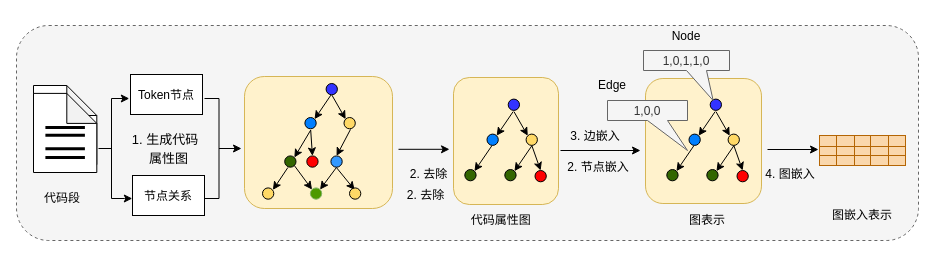
LxkdGithub/draw.io keeps this draw.io diagram as page "graph_embedding" (8 of 18) of overview.drawio. Above is the earlier version. Source tidied: cells renumbered, new cells numbered last; positions are measured from the earlier drawing's top-left corner, leaving out a move shared by most shapes. Both pictures are drawn from the tidied source at 100%, with x=0, y=0 at pixel (16, 20).
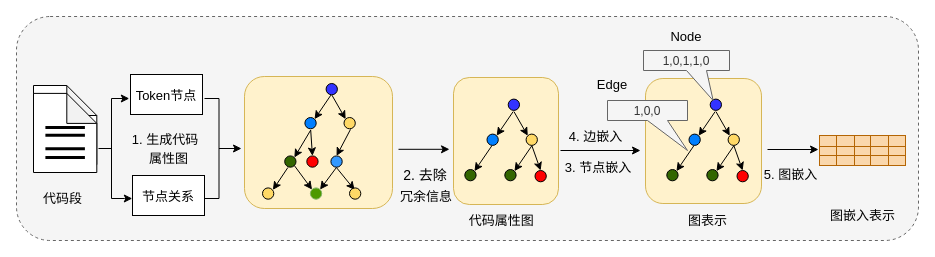
The same page after the edit.

Diff of the diagram source:
```diff
@@
     <mxCell id="2" style="rounded=1;fillColor=#f5f5f5;strokeColor=#666666;dashed=1;fontColor=#333333;" parent="1" vertex="1">
-      <mxGeometry y="5" width="902" height="215" as="geometry" />
+      <mxGeometry y="-4" width="902" height="224" as="geometry" />
     </mxCell>
@@
-    <mxCell id="32" value="Node" style="text;strokeColor=none;fillColor=none;align=center;verticalAlign=middle;rounded=0;" parent="1" vertex="1">
+    <mxCell id="32" value="Node" style="text;strokeColor=none;fillColor=none;align=center;verticalAlign=middle;rounded=0;fontSize=13;" parent="1" vertex="1">
       <mxGeometry x="640" width="60" height="30" as="geometry" />
     </mxCell>
-    <mxCell id="33" value="Edge" style="text;strokeColor=none;fillColor=none;align=center;verticalAlign=middle;rounded=0;" parent="1" vertex="1">
+    <mxCell id="33" value="Edge" style="text;strokeColor=none;fillColor=none;align=center;verticalAlign=middle;rounded=0;fontSize=13;" parent="1" vertex="1">
       <mxGeometry x="566" y="48.6" width="60" height="30" as="geometry" />
     </mxCell>
@@
-    <mxCell id="35" value="代码属性图" style="text;align=center;verticalAlign=middle;strokeColor=none;fillColor=none;" parent="1" vertex="1">
-      <mxGeometry x="439.7" y="184" width="90" height="30" as="geometry" />
+    <mxCell id="35" value="代码属性图" style="text;align=center;verticalAlign=middle;strokeColor=none;fillColor=none;fontSize=13;" parent="1" vertex="1">
+      <mxGeometry x="443.7" y="185" width="83" height="28" as="geometry" />
     </mxCell>
-    <mxCell id="36" value="图表示" style="text;align=center;verticalAlign=middle;strokeColor=none;fillColor=none;" parent="1" vertex="1">
-      <mxGeometry x="656" y="184" width="70" height="30" as="geometry" />
+    <mxCell id="36" value="图表示" style="text;align=center;verticalAlign=middle;strokeColor=none;fillColor=none;fontSize=13;" parent="1" vertex="1">
+      <mxGeometry x="663" y="185" width="57" height="28" as="geometry" />
     </mxCell>
@@
-    <mxCell id="56" value="2. 节点嵌入" style="text;align=center;verticalAlign=middle;strokeColor=none;fillColor=none;" parent="1" vertex="1">
-      <mxGeometry x="532" y="131.4" width="100" height="30" as="geometry" />
+    <mxCell id="56" value="3. 节点嵌入" style="text;align=center;verticalAlign=middle;strokeColor=none;fillColor=none;fontSize=13;" parent="1" vertex="1">
+      <mxGeometry x="540" y="132.4" width="84" height="28" as="geometry" />
     </mxCell>
-    <mxCell id="57" value="图嵌入表示" style="text;align=center;verticalAlign=middle;strokeColor=none;fillColor=none;" parent="1" vertex="1">
-      <mxGeometry x="801" y="179" width="90" height="30" as="geometry" />
+    <mxCell id="57" value="图嵌入表示" style="text;align=center;verticalAlign=middle;strokeColor=none;fillColor=none;fontSize=13;" parent="1" vertex="1">
+      <mxGeometry x="805" y="180" width="83" height="28" as="geometry" />
     </mxCell>
-    <mxCell id="58" value="4. 图嵌入" style="text;align=center;verticalAlign=middle;strokeColor=none;fillColor=none;" parent="1" vertex="1">
-      <mxGeometry x="734" y="138" width="80" height="30" as="geometry" />
+    <mxCell id="58" value="5. 图嵌入" style="text;align=center;verticalAlign=middle;strokeColor=none;fillColor=none;fontSize=13;" parent="1" vertex="1">
+      <mxGeometry x="739" y="139" width="71" height="28" as="geometry" />
     </mxCell>
-    <mxCell id="59" value="代码段" style="text;align=center;verticalAlign=middle;strokeColor=none;fillColor=none;" parent="1" vertex="1">
-      <mxGeometry x="11" y="162" width="70" height="30" as="geometry" />
+    <mxCell id="59" value="代码段" style="text;align=center;verticalAlign=middle;strokeColor=none;fillColor=none;fontSize=13;" parent="1" vertex="1">
+      <mxGeometry x="18" y="163" width="57" height="28" as="geometry" />
     </mxCell>
-    <mxCell id="60" value="3. 边嵌入" style="text;align=center;verticalAlign=middle;strokeColor=none;fillColor=none;" parent="1" vertex="1">
-      <mxGeometry x="539" y="100" width="80" height="30" as="geometry" />
+    <mxCell id="60" value="4. 边嵌入" style="text;align=center;verticalAlign=middle;strokeColor=none;fillColor=none;fontSize=13;" parent="1" vertex="1">
+      <mxGeometry x="544" y="101" width="71" height="28" as="geometry" />
     </mxCell>
@@
-    <mxCell id="62" value="Token节点" style="rounded=0;" parent="1" vertex="1">
+    <mxCell id="62" value="Token节点" style="rounded=0;fontSize=13;" parent="1" vertex="1">
       <mxGeometry x="114" y="54" width="72" height="40" as="geometry" />
     </mxCell>
-    <mxCell id="63" value="节点关系" style="rounded=0;" parent="1" vertex="1">
+    <mxCell id="63" value="节点关系" style="rounded=0;fontSize=13;" parent="1" vertex="1">
       <mxGeometry x="116" y="155" width="72" height="40" as="geometry" />
     </mxCell>
@@
-    <mxCell id="99" value="2. 去除" style="text;align=center;verticalAlign=middle;strokeColor=none;fillColor=none;" parent="1" vertex="1">
-      <mxGeometry x="385" y="140" width="55" height="26" as="geometry" />
+    <mxCell id="99" value="2. 去除" style="text;align=center;verticalAlign=middle;strokeColor=none;fillColor=none;fontSize=14;" parent="1" vertex="1">
+      <mxGeometry x="378" y="139" width="62" height="29" as="geometry" />
     </mxCell>
-    <mxCell id="100" value="2. 去除" style="text;align=center;verticalAlign=middle;strokeColor=none;fillColor=none;" parent="1" vertex="1">
-      <mxGeometry x="382" y="161.4" width="55" height="26" as="geometry" />
+    <mxCell id="100" value="冗余信息" style="text;align=center;verticalAlign=middle;strokeColor=none;fillColor=none;fontSize=13;" parent="1" vertex="1">
+      <mxGeometry x="375" y="161.4" width="70" height="28" as="geometry" />
     </mxCell>
```
